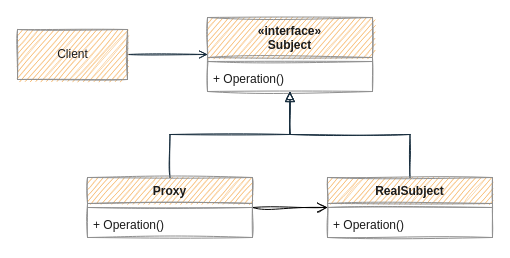
Above: page "Proxy" (4 of 5) of images/design pattern class diagram.drawio in Yu-Qiao-Hong/Yu-Qiao-Hong.github.io (draw.io), before the change. Source tidied: cells renumbered, new cells numbered last; positions are measured from the earlier drawing's top-left corner, leaving out a move shared by most shapes. Both pictures are drawn from the tidied source at 100%, with x=0, y=0 at pixel (17, 17).
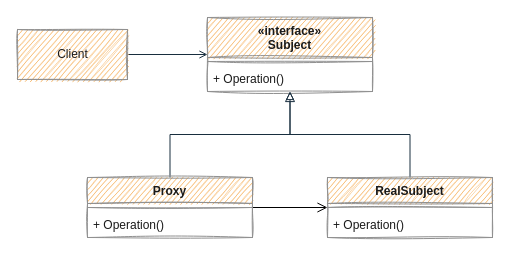
Above is the later version.

Change to the diagram source:
```diff
@@
 <mxGraphModel>
   <root>
     <mxCell id="0" />
     <mxCell id="1" parent="0" />
     <mxCell id="2" value="«interface»&#10;Subject" style="swimlane;fontStyle=1;align=center;verticalAlign=top;horizontal=1;startSize=40;rounded=0;sketch=1;fillColor=#F5AB50;strokeColor=#909090;fontColor=#1A1A1A;" parent="1" vertex="1">
       <mxGeometry x="190" width="165" height="74" as="geometry" />
     </mxCell>
     <mxCell id="3" style="line;strokeWidth=1;fillColor=none;align=left;verticalAlign=middle;spacingTop=-1;spacingLeft=3;spacingRight=3;labelPosition=right;rounded=0;sketch=1;labelBackgroundColor=#EEEEEE;strokeColor=#909090;fontColor=#1A1A1A;" parent="2" vertex="1">
       <mxGeometry y="40" width="165" height="8" as="geometry" />
     </mxCell>
     <mxCell id="4" value="+ Operation()" style="text;strokeColor=none;fillColor=none;align=left;verticalAlign=top;spacingLeft=4;spacingRight=4;overflow=hidden;rounded=0;sketch=1;fontColor=#1A1A1A;" parent="2" vertex="1">
       <mxGeometry y="48" width="165" height="26" as="geometry" />
     </mxCell>
-    <mxCell id="5" style="edgeStyle=orthogonalEdgeStyle;rounded=0;jettySize=auto;html=1;endArrow=block;endFill=0;sketch=1;labelBackgroundColor=#EEEEEE;strokeColor=#182E3E;fontColor=#1A1A1A;" parent="1" edge="1" source="7" target="2">
+    <mxCell id="5" style="edgeStyle=orthogonalEdgeStyle;rounded=0;jettySize=auto;html=1;endArrow=block;endFill=0;labelBackgroundColor=#EEEEEE;strokeColor=#182E3E;fontColor=#1A1A1A;" parent="1" edge="1" source="7" target="2">
       <mxGeometry relative="1" as="geometry" />
     </mxCell>
-    <mxCell id="6" style="edgeStyle=orthogonalEdgeStyle;rounded=1;jettySize=auto;html=1;fontSize=12;startSize=8;endSize=8;endArrow=open;endFill=0;sketch=1;curveFitting=1;jiggle=2;" parent="1" edge="1" source="7" target="13">
+    <mxCell id="6" style="edgeStyle=orthogonalEdgeStyle;rounded=0;jettySize=auto;html=1;fontSize=12;startSize=8;endSize=8;endArrow=open;endFill=0;" parent="1" edge="1" source="7" target="13">
       <mxGeometry relative="1" as="geometry" />
     </mxCell>
     <mxCell id="7" value="Proxy" style="swimlane;fontStyle=1;align=center;verticalAlign=top;horizontal=1;startSize=26;rounded=0;sketch=1;fillColor=#F5AB50;strokeColor=#909090;fontColor=#1A1A1A;" parent="1" vertex="1">
       <mxGeometry x="70" y="160" width="165" height="60" as="geometry" />
     </mxCell>
     <mxCell id="8" style="line;strokeWidth=1;fillColor=none;align=left;verticalAlign=middle;spacingTop=-1;spacingLeft=3;spacingRight=3;labelPosition=right;rounded=0;sketch=1;labelBackgroundColor=#EEEEEE;strokeColor=#909090;fontColor=#1A1A1A;" parent="7" vertex="1">
       <mxGeometry y="26" width="165" height="8" as="geometry" />
     </mxCell>
     <mxCell id="9" value="+ Operation()" style="text;strokeColor=none;fillColor=none;align=left;verticalAlign=top;spacingLeft=4;spacingRight=4;overflow=hidden;rounded=0;sketch=1;fontColor=#1A1A1A;" parent="7" vertex="1">
       <mxGeometry y="34" width="165" height="26" as="geometry" />
     </mxCell>
-    <mxCell id="10" style="edgeStyle=orthogonalEdgeStyle;rounded=0;jettySize=auto;html=1;startArrow=none;startFill=0;endArrow=open;endFill=0;sketch=1;labelBackgroundColor=#EEEEEE;strokeColor=#182E3E;fontColor=#1A1A1A;" parent="1" edge="1" source="11" target="2">
+    <mxCell id="10" style="edgeStyle=orthogonalEdgeStyle;rounded=0;jettySize=auto;html=1;startArrow=none;startFill=0;endArrow=open;endFill=0;labelBackgroundColor=#EEEEEE;strokeColor=#182E3E;fontColor=#1A1A1A;" parent="1" edge="1" source="11" target="2">
       <mxGeometry relative="1" as="geometry" />
     </mxCell>
     <mxCell id="11" value="Client" style="html=1;rounded=0;sketch=1;fillColor=#F5AB50;strokeColor=#909090;fontColor=#1A1A1A;" parent="1" vertex="1">
       <mxGeometry y="12" width="110" height="50" as="geometry" />
     </mxCell>
-    <mxCell id="12" style="edgeStyle=orthogonalEdgeStyle;rounded=0;jettySize=auto;html=1;fontSize=11;startSize=8;endSize=8;labelBackgroundColor=#EEEEEE;endArrow=block;strokeColor=#182E3E;fontColor=#1A1A1A;endFill=0;sketch=1;" parent="1" edge="1" source="13" target="2">
+    <mxCell id="12" style="edgeStyle=orthogonalEdgeStyle;rounded=0;jettySize=auto;html=1;fontSize=11;startSize=8;endSize=8;labelBackgroundColor=#EEEEEE;endArrow=block;strokeColor=#182E3E;fontColor=#1A1A1A;endFill=0;" parent="1" edge="1" source="13" target="2">
       <mxGeometry relative="1" as="geometry" />
     </mxCell>
     <mxCell id="13" value="RealSubject" style="swimlane;fontStyle=1;align=center;verticalAlign=top;horizontal=1;startSize=26;rounded=0;sketch=1;fillColor=#F5AB50;strokeColor=#909090;fontColor=#1A1A1A;" parent="1" vertex="1">
       <mxGeometry x="310" y="160" width="165" height="60" as="geometry" />
     </mxCell>
     <mxCell id="14" style="line;strokeWidth=1;fillColor=none;align=left;verticalAlign=middle;spacingTop=-1;spacingLeft=3;spacingRight=3;labelPosition=right;rounded=0;sketch=1;labelBackgroundColor=#EEEEEE;strokeColor=#909090;fontColor=#1A1A1A;" parent="13" vertex="1">
       <mxGeometry y="26" width="165" height="8" as="geometry" />
     </mxCell>
     <mxCell id="15" value="+ Operation()" style="text;strokeColor=none;fillColor=none;align=left;verticalAlign=top;spacingLeft=4;spacingRight=4;overflow=hidden;rounded=0;sketch=1;fontColor=#1A1A1A;" parent="13" vertex="1">
       <mxGeometry y="34" width="165" height="26" as="geometry" />
     </mxCell>
   </root>
 </mxGraphModel>
```
